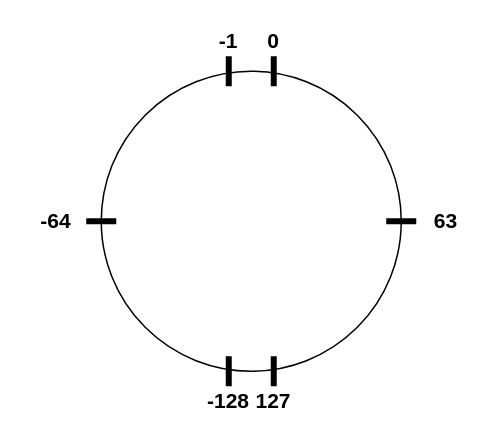
Above: 计算机整数数值.drawio in LuooChen/drawio (draw.io), before the change. Source tidied: cells renumbered, new cells numbered last; positions are measured from the earlier drawing's top-left corner, leaving out a move shared by most shapes. Both pictures are drawn from the tidied source at 150%, with x=0, y=0 at pixel (26, 26).
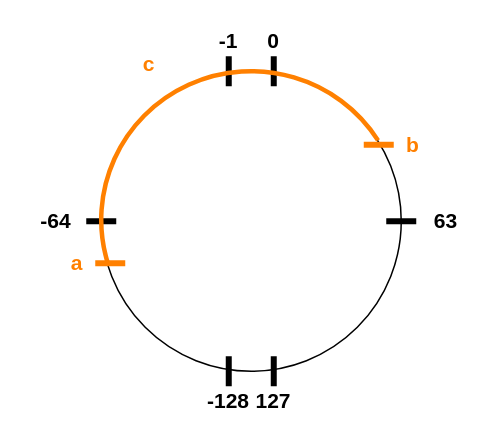
After the change.

Commit message:
更新计算机整数数值.drawio

Change to the diagram source:
```diff
@@
+    <mxCell id="15" style="verticalLabelPosition=bottom;verticalAlign=top;html=1;shape=mxgraph.basic.arc;startAngle=0.7027207621902226;endAngle=0.16027662358221492;fontSize=14;labelBackgroundColor=none;labelBorderColor=none;fillColor=#ffe6cc;strokeColor=#FF8000;strokeWidth=3;" parent="1" vertex="1">
+      <mxGeometry x="50" y="30" width="200" height="198" as="geometry" />
+    </mxCell>
+    <mxCell id="16" value="b" style="text;html=1;strokeColor=none;fillColor=none;align=center;verticalAlign=middle;whiteSpace=wrap;rounded=0;fontStyle=1;fontSize=14;fontColor=#FF8000;" parent="1" vertex="1">
+      <mxGeometry x="238" y="69" width="40" height="20" as="geometry" />
+    </mxCell>
+    <mxCell id="17" value="a" style="text;html=1;strokeColor=none;fillColor=none;align=center;verticalAlign=middle;whiteSpace=wrap;rounded=0;fontStyle=1;fontSize=14;fontColor=#FF8000;" parent="1" vertex="1">
+      <mxGeometry x="14" y="148" width="40" height="20" as="geometry" />
+    </mxCell>
+    <mxCell id="18" value="c" style="text;html=1;strokeColor=none;fillColor=none;align=center;verticalAlign=middle;whiteSpace=wrap;rounded=0;fontStyle=1;fontSize=14;fontColor=#FF8000;" parent="1" vertex="1">
+      <mxGeometry x="62" y="15" width="40" height="20" as="geometry" />
+    </mxCell>
+    <mxCell id="19" style="line;strokeWidth=4;html=1;perimeter=backbonePerimeter;strokeColor=#FF8000;" parent="1" vertex="1">
+      <mxGeometry x="225" y="74" width="20" height="10" as="geometry" />
+    </mxCell>
+    <mxCell id="20" style="line;strokeWidth=4;html=1;perimeter=backbonePerimeter;strokeColor=#FF8000;" parent="1" vertex="1">
+      <mxGeometry x="46" y="153" width="20" height="10" as="geometry" />
+    </mxCell>
```
